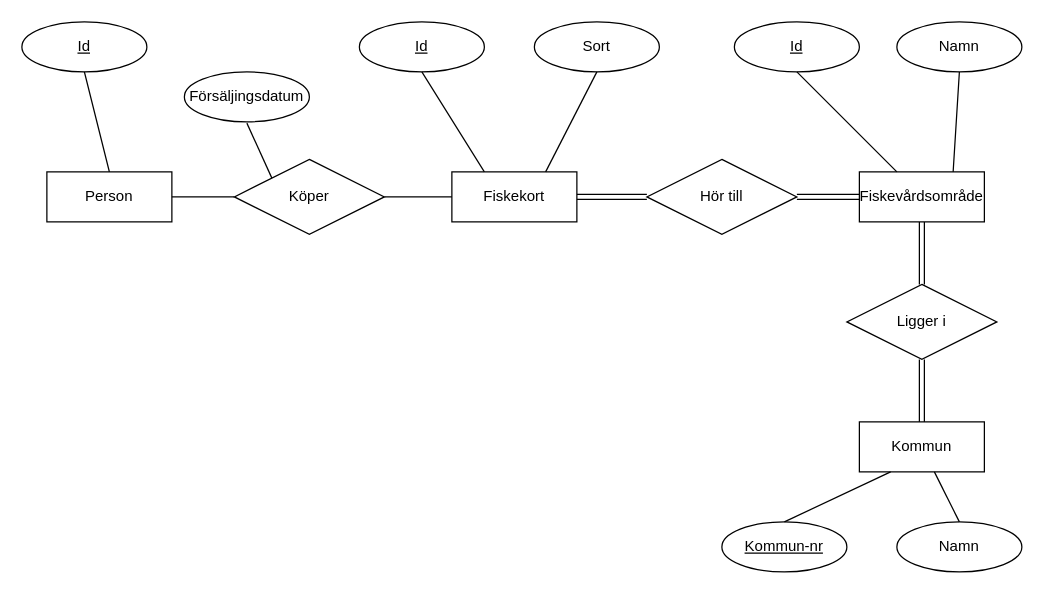
Before: Fiskevard.drawio in Ingelisun/ERmodels, a draw.io diagram. Source tidied: cells renumbered, new cells numbered last; positions are measured from the earlier drawing's top-left corner, leaving out a move shared by most shapes. Both pictures are drawn from the tidied source at 125%, with x=0, y=0 at pixel (21, 21).
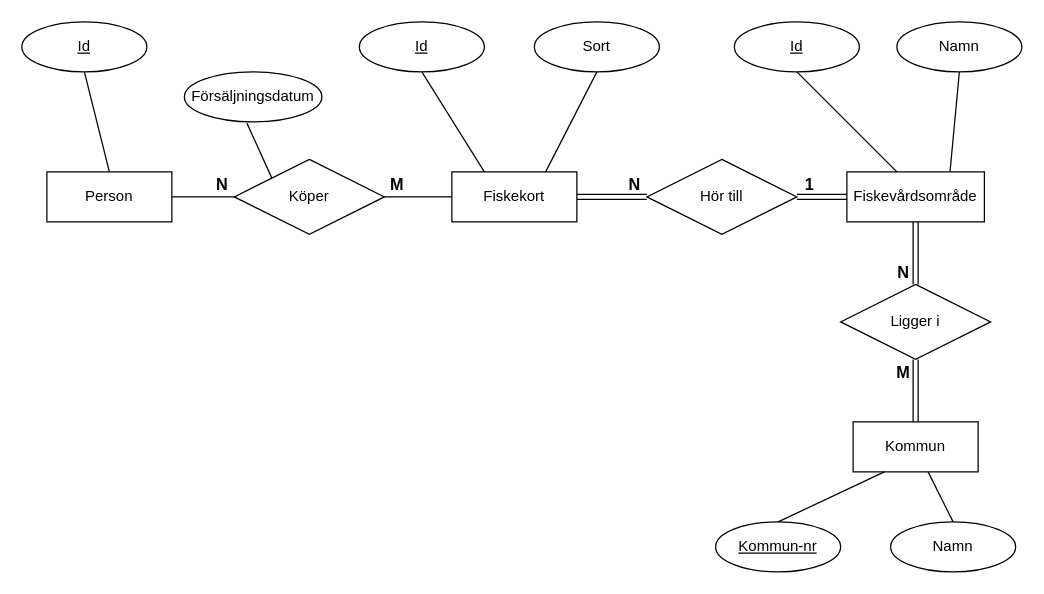
The same page after the edit.

What changed in the source:
```diff
@@
     <mxCell id="5" value="Fiskevårdsområde" style="whiteSpace=wrap;html=1;align=center;" parent="1" vertex="1">
-      <mxGeometry x="670" y="120" width="100" height="40" as="geometry" />
+      <mxGeometry x="660" y="120" width="110" height="40" as="geometry" />
     </mxCell>
@@
     <mxCell id="10" value="Kommun" style="whiteSpace=wrap;html=1;align=center;" parent="1" vertex="1">
-      <mxGeometry x="670" y="320" width="100" height="40" as="geometry" />
+      <mxGeometry x="665" y="320" width="100" height="40" as="geometry" />
     </mxCell>
-    <mxCell id="11" style="edgeStyle=orthogonalEdgeStyle;shape=link;rounded=0;jettySize=auto;html=1;" parent="1" edge="1" source="12" target="5">
+    <mxCell id="11" style="edgeStyle=orthogonalEdgeStyle;shape=link;rounded=0;jettySize=auto;html=1;fontSize=13;" parent="1" edge="1" source="12" target="5">
       <mxGeometry relative="1" as="geometry" />
     </mxCell>
     <mxCell id="12" value="Ligger i" style="shape=rhombus;perimeter=rhombusPerimeter;whiteSpace=wrap;html=1;align=center;" parent="1" vertex="1">
-      <mxGeometry x="660" y="210" width="120" height="60" as="geometry" />
+      <mxGeometry x="655" y="210" width="120" height="60" as="geometry" />
     </mxCell>
@@
-    <mxCell id="14" value="Försäljingsdatum" style="ellipse;whiteSpace=wrap;html=1;align=center;" parent="1" vertex="1">
-      <mxGeometry x="130" y="40" width="100" height="40" as="geometry" />
+    <mxCell id="14" value="Försäljningsdatum" style="ellipse;whiteSpace=wrap;html=1;align=center;" parent="1" vertex="1">
+      <mxGeometry x="130" y="40" width="110" height="40" as="geometry" />
     </mxCell>
@@
     <mxCell id="17" value="Namn" style="ellipse;whiteSpace=wrap;html=1;align=center;" parent="1" vertex="1">
-      <mxGeometry x="700" y="400" width="100" height="40" as="geometry" />
+      <mxGeometry x="695" y="400" width="100" height="40" as="geometry" />
     </mxCell>
     <mxCell id="18" value="Kommun-nr" style="ellipse;whiteSpace=wrap;html=1;align=center;fontStyle=4;" parent="1" vertex="1">
-      <mxGeometry x="560" y="400" width="100" height="40" as="geometry" />
+      <mxGeometry x="555" y="400" width="100" height="40" as="geometry" />
     </mxCell>
@@
+    <mxCell id="31" value="&lt;font style=&quot;font-size: 13px;&quot;&gt;&lt;b style=&quot;font-size: 13px;&quot;&gt;N&lt;/b&gt;&lt;/font&gt;" style="text;html=1;align=center;verticalAlign=middle;fillColor=none;strokeColor=none;rounded=0;fontSize=13;" parent="1" vertex="1">
+      <mxGeometry x="150" y="120" width="20" height="20" as="geometry" />
+    </mxCell>
+    <mxCell id="32" value="&lt;font style=&quot;font-size: 13px&quot;&gt;&lt;b style=&quot;font-size: 13px&quot;&gt;M&lt;/b&gt;&lt;/font&gt;" style="text;html=1;align=center;verticalAlign=middle;fillColor=none;strokeColor=none;rounded=0;fontSize=13;" parent="1" vertex="1">
+      <mxGeometry x="285" y="120" width="30" height="20" as="geometry" />
+    </mxCell>
+    <mxCell id="33" value="&lt;font style=&quot;font-size: 13px;&quot;&gt;&lt;b style=&quot;font-size: 13px;&quot;&gt;N&lt;/b&gt;&lt;/font&gt;" style="text;html=1;align=center;verticalAlign=middle;fillColor=none;strokeColor=none;rounded=0;fontSize=13;" parent="1" vertex="1">
+      <mxGeometry x="480" y="120" width="20" height="20" as="geometry" />
+    </mxCell>
+    <mxCell id="34" value="&lt;font style=&quot;font-size: 13px&quot;&gt;&lt;b style=&quot;font-size: 13px&quot;&gt;1&lt;/b&gt;&lt;/font&gt;" style="text;html=1;align=center;verticalAlign=middle;fillColor=none;strokeColor=none;rounded=0;fontSize=13;" parent="1" vertex="1">
+      <mxGeometry x="620" y="120" width="20" height="20" as="geometry" />
+    </mxCell>
+    <mxCell id="35" value="&lt;font style=&quot;font-size: 13px;&quot;&gt;&lt;b style=&quot;font-size: 13px;&quot;&gt;N&lt;/b&gt;&lt;/font&gt;" style="text;html=1;align=center;verticalAlign=middle;fillColor=none;strokeColor=none;rounded=0;fontSize=13;" parent="1" vertex="1">
+      <mxGeometry x="695" y="190" width="20" height="20" as="geometry" />
+    </mxCell>
+    <mxCell id="36" value="&lt;font style=&quot;font-size: 13px&quot;&gt;&lt;b style=&quot;font-size: 13px&quot;&gt;M&lt;/b&gt;&lt;/font&gt;" style="text;html=1;align=center;verticalAlign=middle;fillColor=none;strokeColor=none;rounded=0;fontSize=13;" parent="1" vertex="1">
+      <mxGeometry x="690" y="270" width="30" height="20" as="geometry" />
+    </mxCell>
```
